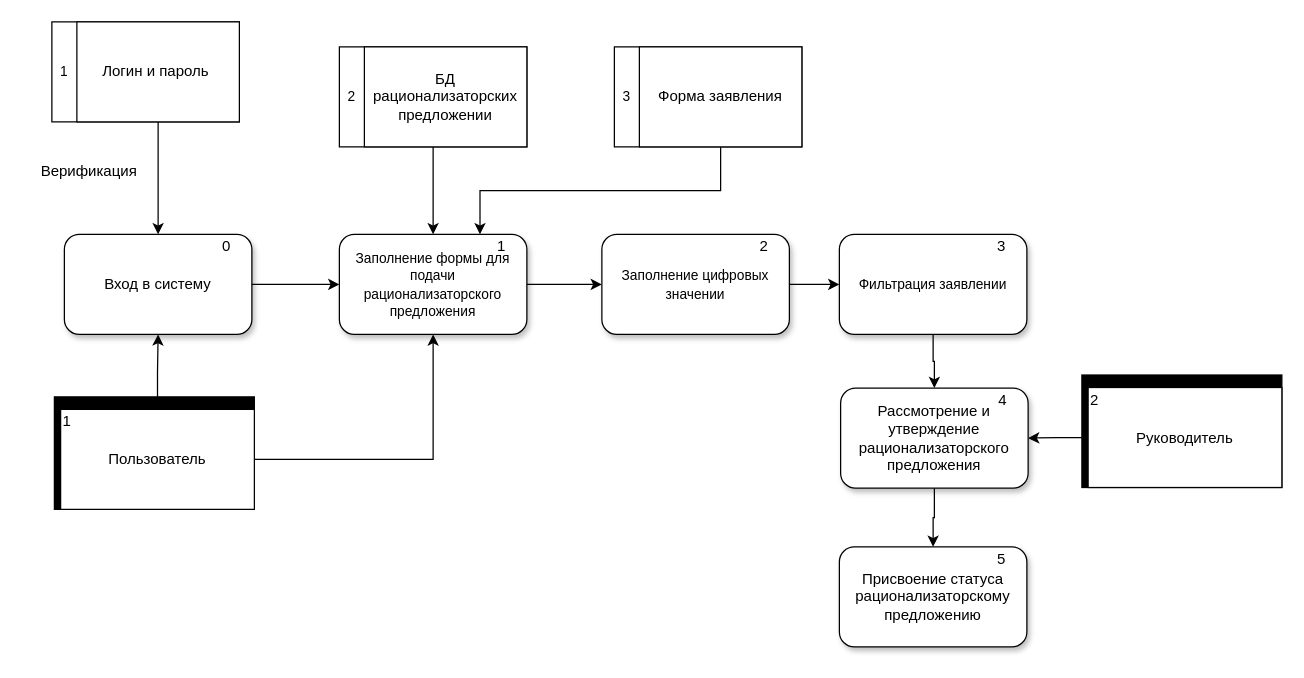
Above: page "DFD" (3 of 4) of IDEF0.drawio in Ideas-maker/diagram (draw.io), before the change. Source tidied: cells renumbered, new cells numbered last; positions are measured from the earlier drawing's top-left corner, leaving out a move shared by most shapes. Both pictures are drawn from the tidied source at 125%, with x=0, y=0 at pixel (26, 21).
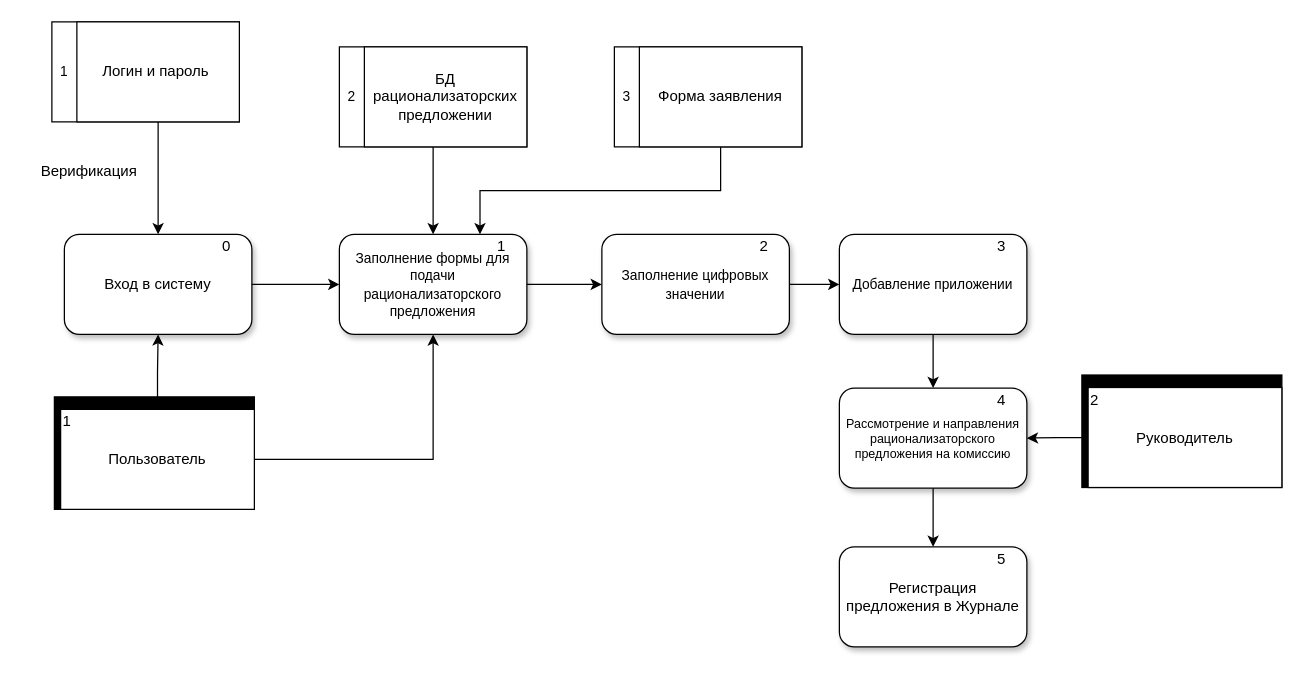
After the change.

The change refers to these unchanged cells:
```xml
<mxCell id="35" style="group;fontSize=11;" parent="1" vertex="1">
  <mxGeometry x="650" y="170" width="150" height="80" as="geometry" />
</mxCell>
<mxCell id="48" style="group;fontSize=11;" parent="1" vertex="1">
  <mxGeometry x="650" y="420" width="150" height="80" as="geometry" />
</mxCell>
```

Change to the diagram source:
```diff
@@
-    <mxCell id="36" value="&lt;font style=&quot;font-size: 11px&quot;&gt;Фильтрация заявлении&lt;/font&gt;" style="rounded=1;whiteSpace=wrap;html=1;shadow=1;glass=0;comic=0;labelBackgroundColor=none;strokeColor=#000000;fillColor=#ffffff;fontSize=12;fontColor=#000000;" parent="35" vertex="1">
+    <mxCell id="36" value="&lt;span style=&quot;font-size: 11px&quot;&gt;Добавление приложении&lt;/span&gt;" style="rounded=1;whiteSpace=wrap;html=1;shadow=1;glass=0;comic=0;labelBackgroundColor=none;strokeColor=#000000;fillColor=#ffffff;fontSize=12;fontColor=#000000;" parent="35" vertex="1">
       <mxGeometry width="150" height="80" as="geometry" />
     </mxCell>
@@
     <mxCell id="39" style="group;fontSize=11;" parent="1" vertex="1">
-      <mxGeometry x="651" y="293" width="150" height="80" as="geometry" />
+      <mxGeometry x="650" y="293" width="150" height="80" as="geometry" />
     </mxCell>
-    <mxCell id="40" value="Рассмотрение и утверждение рационализаторского предложения" style="rounded=1;whiteSpace=wrap;html=1;shadow=1;glass=0;comic=0;labelBackgroundColor=none;strokeColor=#000000;fillColor=#ffffff;fontSize=12;fontColor=#000000;" parent="39" vertex="1">
+    <mxCell id="40" value="Рассмотрение и направления рационализаторского предложения на комиссию" style="rounded=1;whiteSpace=wrap;html=1;shadow=1;glass=0;comic=0;labelBackgroundColor=none;strokeColor=#000000;fillColor=#ffffff;fontSize=10;fontColor=#000000;" parent="39" vertex="1">
       <mxGeometry width="150" height="80" as="geometry" />
     </mxCell>
@@
-    <mxCell id="49" value="Присвоение статуса рационализаторскому предложению" style="rounded=1;whiteSpace=wrap;html=1;shadow=1;glass=0;comic=0;labelBackgroundColor=none;strokeColor=#000000;fillColor=#ffffff;fontSize=12;fontColor=#000000;" parent="48" vertex="1">
+    <mxCell id="49" value="Регистрация предложения в Журнале" style="rounded=1;whiteSpace=wrap;html=1;shadow=1;glass=0;comic=0;labelBackgroundColor=none;strokeColor=#000000;fillColor=#ffffff;fontSize=12;fontColor=#000000;" parent="48" vertex="1">
       <mxGeometry width="150" height="80" as="geometry" />
     </mxCell>
```
